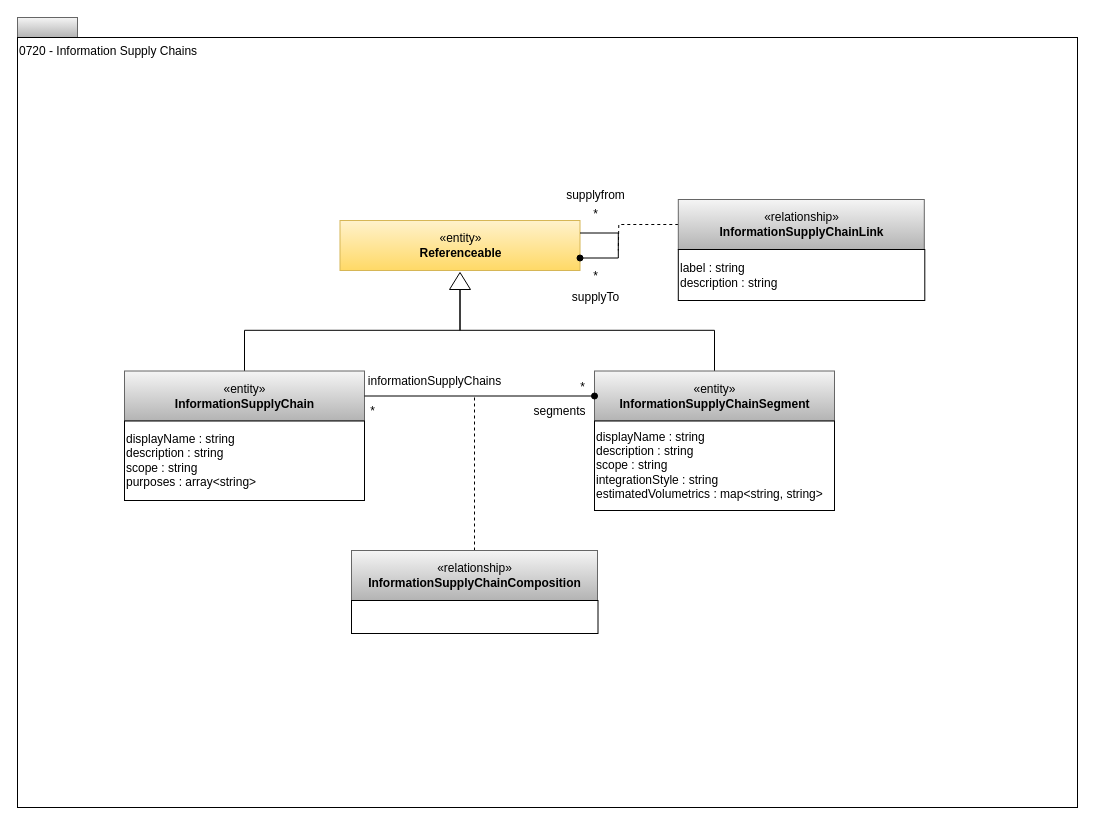
This is page "0720-Information-Supply-Chains" (5 of 17) of site/docs/types/7/area-7-lineage.drawio from odpi/egeria-docs, a draw.io file, before an edit. Source tidied: cells renumbered, new cells numbered last; positions are measured from the earlier drawing's top-left corner, leaving out a move shared by most shapes. Both pictures are drawn from the tidied source at 100%, with x=0, y=0 at pixel (17, 17).
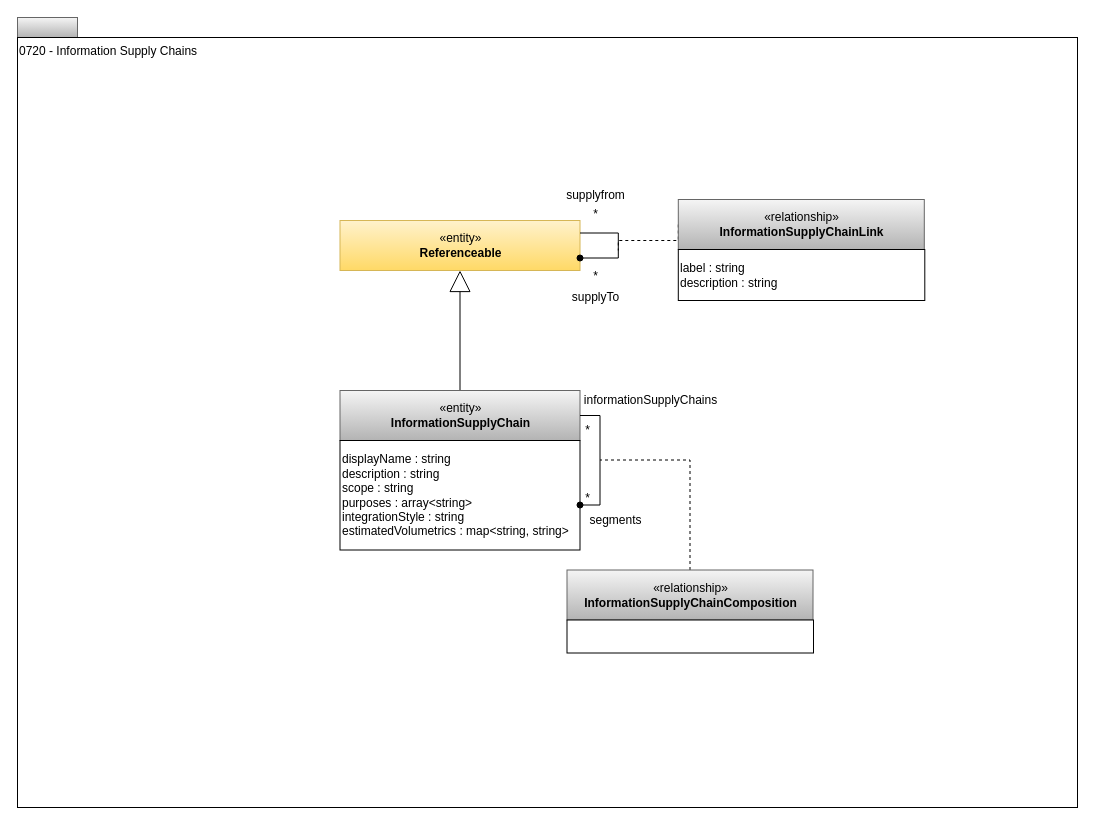
The same diagram, later.

Unchanged cells that the change refers to:
```xml
<mxCell id="4" value="«entity»&lt;br&gt;&lt;b&gt;Referenceable&lt;/b&gt;" style="html=1;strokeColor=#d6b656;align=center;fillColor=#fff2cc;gradientColor=#ffd966;" parent="1" vertex="1">
  <mxGeometry x="322.5" y="203" width="240" height="50" as="geometry" />
</mxCell>
<mxCell id="21" value="«relationship»&lt;br&gt;&lt;b&gt;InformationSupplyChainLink&lt;/b&gt;" style="html=1;strokeColor=#666666;align=center;fillColor=#f5f5f5;gradientColor=#b3b3b3;" parent="1" vertex="1">
  <mxGeometry x="660.8" y="182" width="246" height="50" as="geometry" />
</mxCell>
```

What changed in the source:
```diff
@@
     <mxCell id="5" style="edgeStyle=orthogonalEdgeStyle;rounded=0;html=1;exitX=0.5;exitY=0;dashed=1;endArrow=none;endFill=0;jettySize=auto;exitDx=0;exitDy=0;" parent="1" edge="1" source="6">
       <mxGeometry relative="1" as="geometry">
-        <mxPoint x="457" y="379" as="targetPoint" />
+        <mxPoint x="582.5" y="442.5" as="targetPoint" />
+        <Array as="points">
+          <mxPoint x="672.5" y="442.5" />
+        </Array>
       </mxGeometry>
     </mxCell>
     <mxCell id="6" value="«relationship»&lt;br&gt;&lt;b&gt;InformationSupplyChainComposition&lt;/b&gt;" style="html=1;strokeColor=#666666;align=center;fillColor=#f5f5f5;gradientColor=#b3b3b3;" parent="1" vertex="1">
-      <mxGeometry x="334" y="533" width="246" height="50" as="geometry" />
+      <mxGeometry x="549.5" y="552.5" width="246" height="50" as="geometry" />
     </mxCell>
     <mxCell id="7" style="rounded=0;whiteSpace=wrap;html=1;strokeColor=#000000;gradientColor=#ffffff;align=left;" parent="1" vertex="1">
-      <mxGeometry x="334" y="583" width="246.5" height="33" as="geometry" />
+      <mxGeometry x="549.5" y="602.5" width="246.5" height="33" as="geometry" />
     </mxCell>
-    <mxCell id="8" style="edgeStyle=orthogonalEdgeStyle;rounded=0;html=1;exitX=0;exitY=0.5;entryX=0.5;entryY=0;jettySize=auto;endArrow=none;endFill=0;" parent="1" edge="1" source="9" target="10">
-      <mxGeometry relative="1" as="geometry" />
-    </mxCell>
-    <mxCell id="9" style="triangle;whiteSpace=wrap;html=1;strokeColor=#000000;gradientColor=#ffffff;align=center;rotation=-90;" parent="1" vertex="1">
-      <mxGeometry x="434" y="253" width="17" height="21" as="geometry" />
-    </mxCell>
+    <mxCell id="28" style="edgeStyle=orthogonalEdgeStyle;rounded=0;jettySize=auto;html=1;exitX=0.5;exitY=0;exitDx=0;exitDy=0;endArrow=block;endFill=0;startSize=6;endSize=19;" parent="1" edge="1" source="10" target="4">
+      <mxGeometry relative="1" as="geometry" />
+    </mxCell>
     <mxCell id="10" value="«entity»&lt;br&gt;&lt;b&gt;InformationSupplyChain&lt;/b&gt;" style="html=1;strokeColor=#666666;align=center;fillColor=#f5f5f5;gradientColor=#b3b3b3;" parent="1" vertex="1">
-      <mxGeometry x="107" y="353.5" width="240" height="50" as="geometry" />
+      <mxGeometry x="322.5" y="373" width="240" height="50" as="geometry" />
     </mxCell>
-    <mxCell id="11" value="displayName : string&lt;br&gt;description : string&lt;br&gt;scope : string&lt;br&gt;purposes : array&amp;lt;string&amp;gt;&lt;br&gt;&lt;div style=&quot;text-align: left&quot;&gt;&lt;/div&gt;" style="rounded=0;whiteSpace=wrap;html=1;strokeColor=#000000;gradientColor=#ffffff;align=left;" parent="1" vertex="1">
-      <mxGeometry x="107" y="403.5" width="240" height="79.5" as="geometry" />
+    <mxCell id="11" value="displayName : string&lt;br&gt;description : string&lt;br&gt;scope : string&lt;br&gt;purposes : array&amp;lt;string&amp;gt;&lt;br&gt;&lt;div style=&quot;text-align: left&quot;&gt;&lt;/div&gt;&lt;div&gt;integrationStyle : string&lt;br&gt;estimatedVolumetrics : map&amp;lt;string, string&amp;gt;&lt;/div&gt;" style="rounded=0;whiteSpace=wrap;html=1;strokeColor=#000000;gradientColor=#ffffff;align=left;" parent="1" vertex="1">
+      <mxGeometry x="322.5" y="423" width="240" height="109.5" as="geometry" />
     </mxCell>
     <mxCell id="12" value="informationSupplyChains" style="text;html=1;align=center;verticalAlign=top;spacingTop=-4;" parent="1" vertex="1">
-      <mxGeometry x="342" y="353.5" width="150" height="20" as="geometry" />
+      <mxGeometry x="557.5" y="373" width="150" height="20" as="geometry" />
     </mxCell>
     <mxCell id="13" value="*" style="text;html=1;align=center;verticalAlign=top;spacingTop=-4;" parent="1" vertex="1">
-      <mxGeometry x="347" y="383.5" width="15" height="14" as="geometry" />
+      <mxGeometry x="562.5" y="403" width="15" height="14" as="geometry" />
     </mxCell>
     <mxCell id="14" value="*" style="text;html=1;align=center;verticalAlign=top;spacingTop=-4;" parent="1" vertex="1">
-      <mxGeometry x="557" y="359.5" width="15" height="14" as="geometry" />
+      <mxGeometry x="562.5" y="470.8" width="15" height="14" as="geometry" />
     </mxCell>
     <mxCell id="15" value="segments" style="text;html=1;align=center;verticalAlign=top;spacingTop=-4;" parent="1" vertex="1">
-      <mxGeometry x="507" y="383.5" width="70" height="20" as="geometry" />
+      <mxGeometry x="562.5" y="492.5" width="70" height="20" as="geometry" />
     </mxCell>
-    <mxCell id="16" style="edgeStyle=orthogonalEdgeStyle;rounded=0;jettySize=auto;html=1;exitX=0.5;exitY=0;exitDx=0;exitDy=0;entryX=0;entryY=0.5;entryDx=0;entryDy=0;endArrow=none;endFill=0;" parent="1" edge="1" source="17" target="9">
-      <mxGeometry relative="1" as="geometry" />
-    </mxCell>
-    <mxCell id="17" value="«entity»&lt;br&gt;&lt;b&gt;InformationSupplyChainSegment&lt;/b&gt;" style="html=1;strokeColor=#666666;align=center;fillColor=#f5f5f5;gradientColor=#b3b3b3;" parent="1" vertex="1">
-      <mxGeometry x="577" y="353.5" width="240" height="50" as="geometry" />
-    </mxCell>
-    <mxCell id="18" value="displayName : string&lt;br&gt;description : string&lt;br&gt;scope : string&lt;br&gt;integrationStyle : string&lt;br&gt;estimatedVolumetrics : map&amp;lt;string, string&amp;gt;&lt;br&gt;&lt;div style=&quot;text-align: left&quot;&gt;&lt;/div&gt;" style="rounded=0;whiteSpace=wrap;html=1;strokeColor=#000000;gradientColor=#ffffff;align=left;" parent="1" vertex="1">
-      <mxGeometry x="577" y="403.5" width="240" height="89.5" as="geometry" />
-    </mxCell>
-    <mxCell id="19" style="edgeStyle=orthogonalEdgeStyle;rounded=0;html=1;exitX=0;exitY=0.5;entryX=1;entryY=0.5;endArrow=none;endFill=0;jettySize=auto;entryDx=0;entryDy=0;exitDx=0;exitDy=0;startArrow=oval;startFill=1;" parent="1" edge="1" source="17" target="10">
+    <mxCell id="19" style="edgeStyle=orthogonalEdgeStyle;rounded=0;html=1;exitX=1;exitY=0.589;entryX=1;entryY=0.5;endArrow=none;endFill=0;jettySize=auto;entryDx=0;entryDy=0;exitDx=0;exitDy=0;startArrow=oval;startFill=1;exitPerimeter=0;" parent="1" edge="1" source="11" target="10">
       <mxGeometry relative="1" as="geometry" />
     </mxCell>
     <mxCell id="20" style="edgeStyle=orthogonalEdgeStyle;rounded=0;html=1;exitX=0;exitY=0.5;dashed=1;endArrow=none;endFill=0;jettySize=auto;exitDx=0;exitDy=0;" parent="1" edge="1" source="21">
       <mxGeometry relative="1" as="geometry">
         <mxPoint x="600.8" y="233" as="targetPoint" />
+        <Array as="points">
+          <mxPoint x="661" y="223" />
+          <mxPoint x="601" y="223" />
+        </Array>
       </mxGeometry>
     </mxCell>
```
